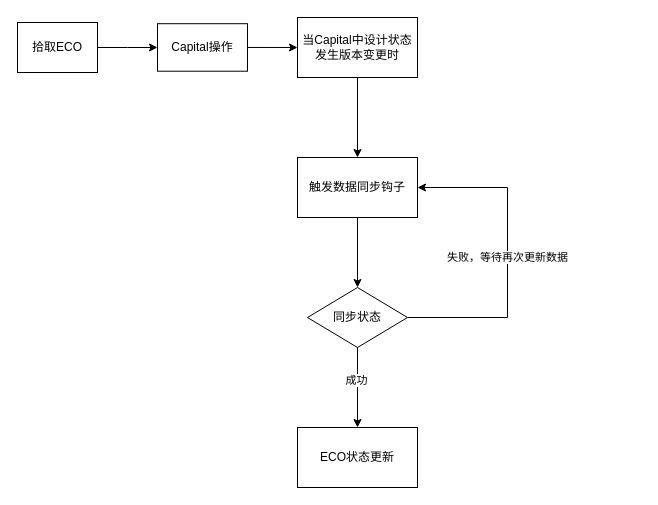
Merlin218/draw-file keeps this draw.io diagram as ECR/工程实施人员ECO状态同步流程图.drawio. Above is the earlier version. Source tidied: cells renumbered, new cells numbered last; positions are measured from the earlier drawing's top-left corner, leaving out a move shared by most shapes. Both pictures are drawn from the tidied source at 100%, with x=0, y=0 at pixel (17, 17).
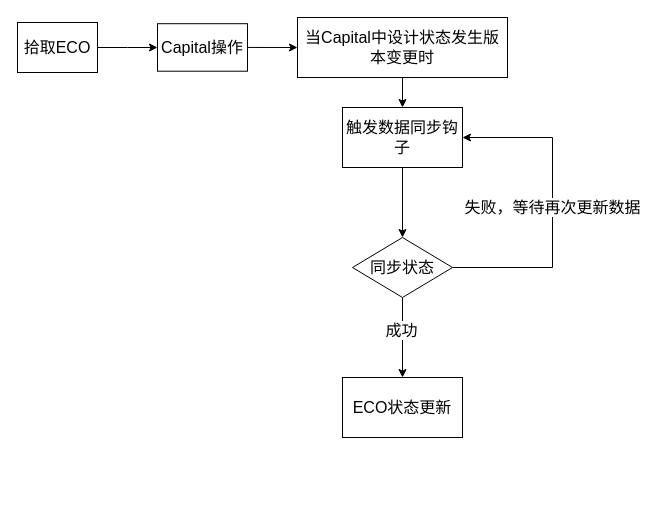
The same page after the edit.

Commit message:
更新工程实施人员ECO状态同步流程图.drawio

Change to the diagram source:
```diff
@@
 <mxGraphModel>
   <root>
     <mxCell id="0" />
     <mxCell id="1" parent="0" />
-    <mxCell id="2" style="edgeStyle=orthogonalEdgeStyle;rounded=0;jettySize=auto;html=1;" parent="1" edge="1" source="3" target="5">
+    <mxCell id="2" style="edgeStyle=orthogonalEdgeStyle;rounded=0;jettySize=auto;html=1;fontSize=16;" parent="1" edge="1" source="3" target="5">
       <mxGeometry relative="1" as="geometry" />
     </mxCell>
-    <mxCell id="3" value="当Capital中设计状态发生版本变更时" style="rounded=0;whiteSpace=wrap;html=1;" parent="1" vertex="1">
-      <mxGeometry x="280" width="120" height="60" as="geometry" />
+    <mxCell id="3" value="当Capital中设计状态发生版本变更时" style="rounded=0;whiteSpace=wrap;html=1;fontSize=16;" parent="1" vertex="1">
+      <mxGeometry x="280" width="210" height="60" as="geometry" />
     </mxCell>
-    <mxCell id="4" style="edgeStyle=orthogonalEdgeStyle;rounded=0;jettySize=auto;html=1;" parent="1" edge="1" source="5" target="9">
+    <mxCell id="4" style="edgeStyle=orthogonalEdgeStyle;rounded=0;jettySize=auto;html=1;fontSize=16;" parent="1" edge="1" source="5" target="9">
       <mxGeometry relative="1" as="geometry" />
     </mxCell>
-    <mxCell id="5" value="触发数据同步钩子" style="whiteSpace=wrap;html=1;rounded=0;" parent="1" vertex="1">
-      <mxGeometry x="280" y="140" width="120" height="60" as="geometry" />
+    <mxCell id="5" value="触发数据同步钩子" style="whiteSpace=wrap;html=1;rounded=0;fontSize=16;" parent="1" vertex="1">
+      <mxGeometry x="325" y="90" width="120" height="60" as="geometry" />
     </mxCell>
-    <mxCell id="6" style="edgeStyle=orthogonalEdgeStyle;rounded=0;jettySize=auto;html=1;" parent="1" edge="1" source="9" target="10">
+    <mxCell id="6" style="edgeStyle=orthogonalEdgeStyle;rounded=0;jettySize=auto;html=1;fontSize=16;" parent="1" edge="1" source="9" target="10">
       <mxGeometry relative="1" as="geometry" />
     </mxCell>
-    <mxCell id="7" value="成功" style="edgeLabel;html=1;align=center;verticalAlign=middle;" parent="6" vertex="1">
+    <mxCell id="7" value="成功" style="edgeLabel;html=1;align=center;verticalAlign=middle;fontSize=16;" parent="6" vertex="1">
       <mxGeometry x="-0.21" y="-2" relative="1" as="geometry" />
     </mxCell>
-    <mxCell id="8" value="失败，等待再次更新数据" style="edgeStyle=orthogonalEdgeStyle;rounded=0;jettySize=auto;html=1;exitX=1;exitY=0.5;exitDx=0;exitDy=0;entryX=1;entryY=0.5;entryDx=0;entryDy=0;" parent="1" edge="1" source="9" target="5">
+    <mxCell id="8" value="失败，等待再次更新数据" style="edgeStyle=orthogonalEdgeStyle;rounded=0;jettySize=auto;html=1;exitX=1;exitY=0.5;exitDx=0;exitDy=0;entryX=1;entryY=0.5;entryDx=0;entryDy=0;fontSize=16;" parent="1" edge="1" source="9" target="5">
       <mxGeometry relative="1" as="geometry">
         <Array as="points">
-          <mxPoint x="490" y="300" />
-          <mxPoint x="490" y="170" />
+          <mxPoint x="535" y="250" />
+          <mxPoint x="535" y="120" />
         </Array>
       </mxGeometry>
     </mxCell>
-    <mxCell id="9" value="同步状态" style="rhombus;whiteSpace=wrap;html=1;rounded=0;" parent="1" vertex="1">
-      <mxGeometry x="290" y="270" width="100" height="60" as="geometry" />
+    <mxCell id="9" value="同步状态" style="rhombus;whiteSpace=wrap;html=1;rounded=0;fontSize=16;" parent="1" vertex="1">
+      <mxGeometry x="335" y="220" width="100" height="60" as="geometry" />
     </mxCell>
-    <mxCell id="10" value="ECO状态更新" style="whiteSpace=wrap;html=1;rounded=0;" parent="1" vertex="1">
-      <mxGeometry x="280" y="410" width="120" height="60" as="geometry" />
+    <mxCell id="10" value="ECO状态更新" style="whiteSpace=wrap;html=1;rounded=0;fontSize=16;" parent="1" vertex="1">
+      <mxGeometry x="325" y="360" width="120" height="60" as="geometry" />
     </mxCell>
-    <mxCell id="11" style="edgeStyle=orthogonalEdgeStyle;rounded=0;jettySize=auto;html=1;" parent="1" edge="1" source="12" target="14">
+    <mxCell id="11" style="edgeStyle=orthogonalEdgeStyle;rounded=0;jettySize=auto;html=1;fontSize=16;" parent="1" edge="1" source="12" target="14">
       <mxGeometry relative="1" as="geometry" />
     </mxCell>
-    <mxCell id="12" value="拾取ECO" style="rounded=0;whiteSpace=wrap;html=1;" parent="1" vertex="1">
+    <mxCell id="12" value="拾取ECO" style="rounded=0;whiteSpace=wrap;html=1;fontSize=16;" parent="1" vertex="1">
       <mxGeometry y="5" width="80" height="50" as="geometry" />
     </mxCell>
-    <mxCell id="13" style="edgeStyle=orthogonalEdgeStyle;rounded=0;jettySize=auto;html=1;exitX=1;exitY=0.5;exitDx=0;exitDy=0;entryX=0;entryY=0.5;entryDx=0;entryDy=0;" parent="1" edge="1" source="14" target="3">
+    <mxCell id="13" style="edgeStyle=orthogonalEdgeStyle;rounded=0;jettySize=auto;html=1;exitX=1;exitY=0.5;exitDx=0;exitDy=0;entryX=0;entryY=0.5;entryDx=0;entryDy=0;fontSize=16;" parent="1" edge="1" source="14" target="3">
       <mxGeometry relative="1" as="geometry" />
     </mxCell>
-    <mxCell id="14" value="Capital操作" style="rounded=0;whiteSpace=wrap;html=1;" parent="1" vertex="1">
+    <mxCell id="14" value="Capital操作" style="rounded=0;whiteSpace=wrap;html=1;fontSize=16;" parent="1" vertex="1">
       <mxGeometry x="140" y="6.2" width="90" height="47.5" as="geometry" />
     </mxCell>
   </root>
 </mxGraphModel>
```
